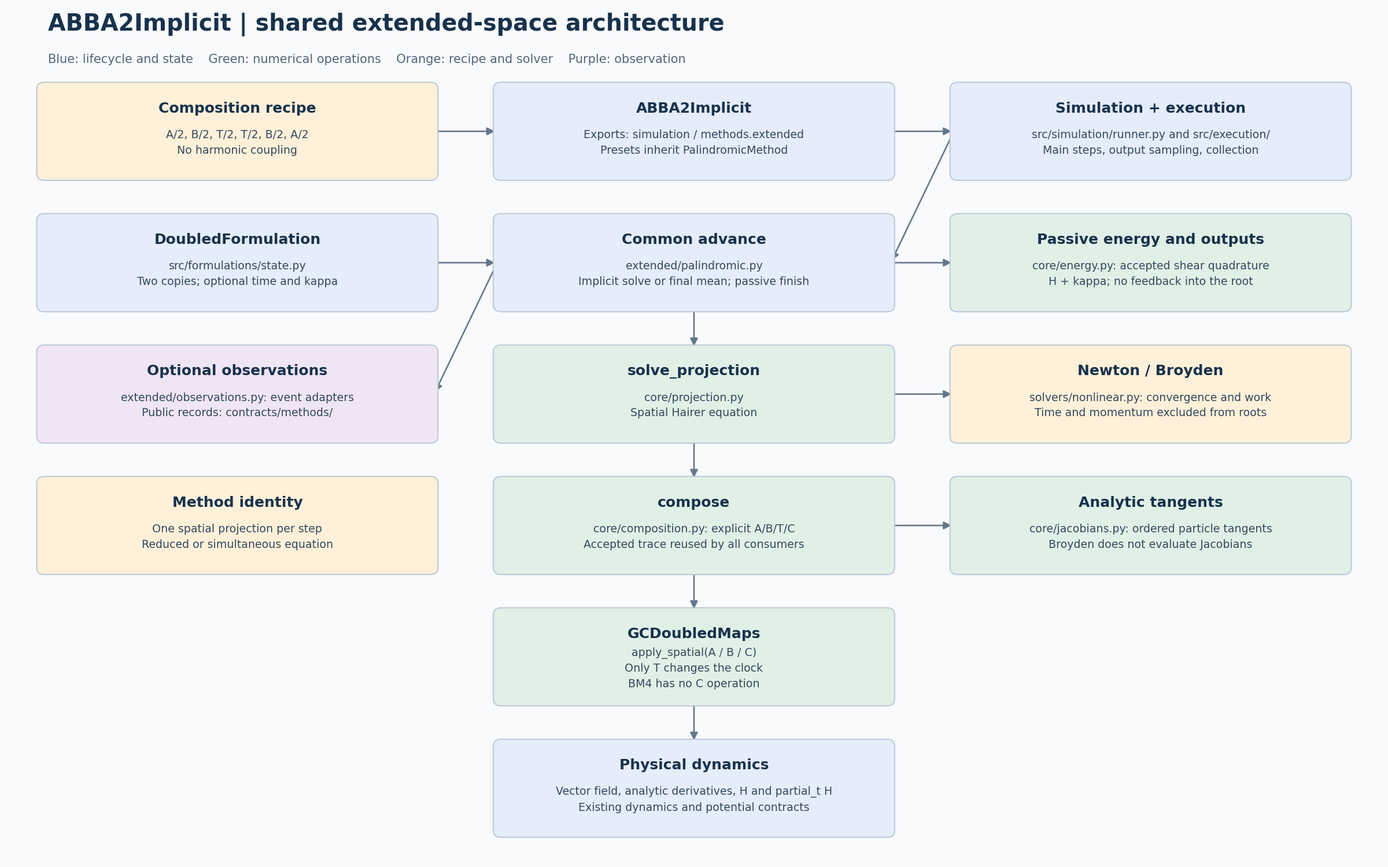
Before: docs/models/abba2-implicit/simulation/abba2-implicit-simulation-architecture.png, a diagram exported from PlantUML (Jugibe-52/GC2D_intranet). Its source is kept beside it as docs/models/abba2-implicit/simulation/abba2-implicit-simulation-architecture.puml.
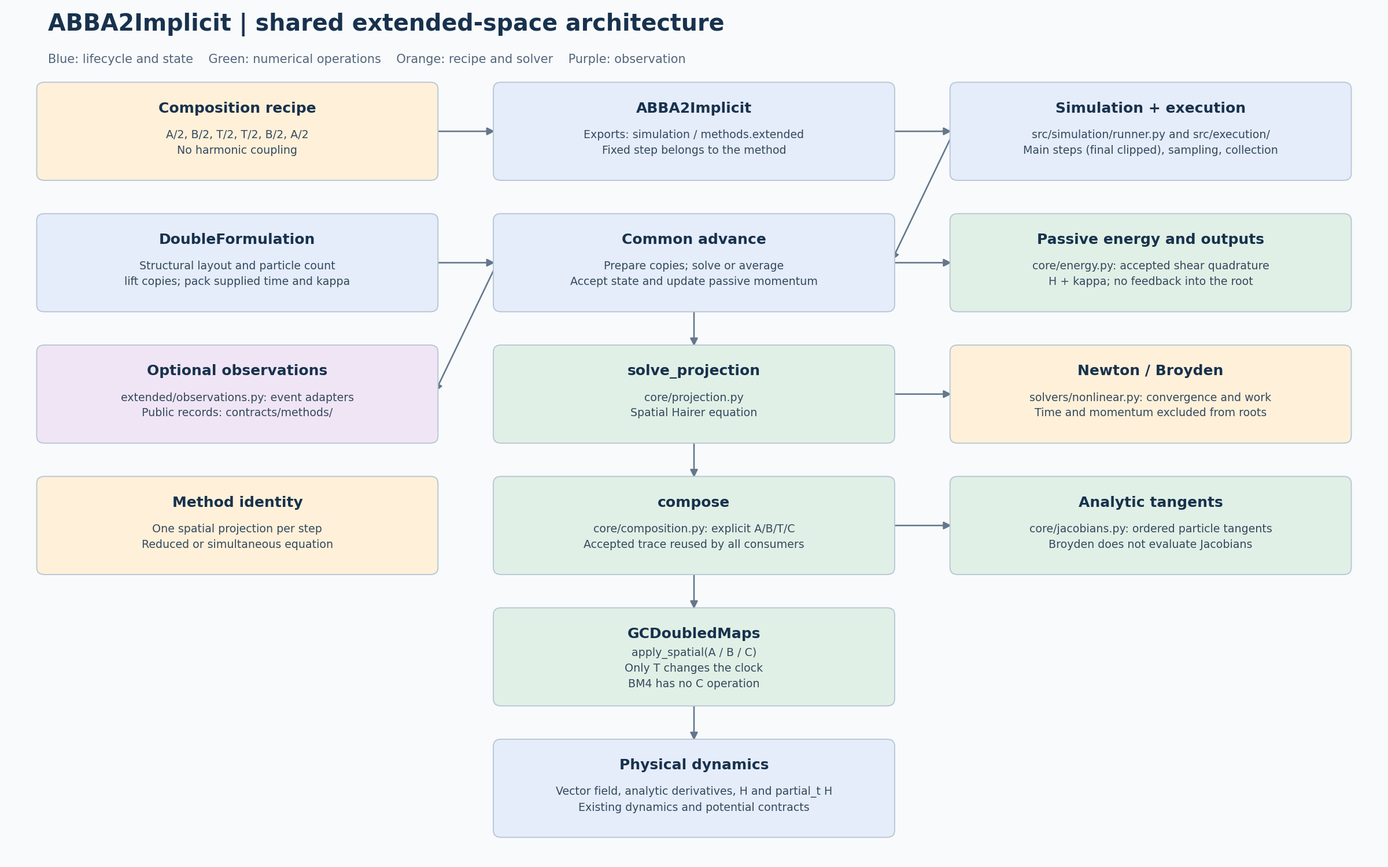
After the commit.

Change to the diagram source:
```diff
@@ -3,10 +3,10 @@
   graph [rankdir=TB, bgcolor="#f8fafc"];
   node [shape=box, style="rounded,filled", fontname="DejaVu Sans"];
   recipe [label="Composition recipe\nA/2, B/2, T/2, T/2, B/2, A/2\nNo harmonic coupling", fillcolor="#fff0d9"];
-  method [label="ABBA2Implicit\nExports: simulation / methods.extended\nPresets inherit PalindromicMethod", fillcolor="#e5ecfa"];
-  driver [label="Simulation + execution\nsrc/simulation/runner.py and src/execution/\nMain steps, output sampling, collection", fillcolor="#e5ecfa"];
-  state [label="DoubledFormulation\nsrc/formulations/state.py\nTwo copies; optional time and kappa", fillcolor="#e5ecfa"];
-  advance [label="Common advance\nextended/palindromic.py\nImplicit solve or final mean; passive finish", fillcolor="#e5ecfa"];
+  method [label="ABBA2Implicit\nExports: simulation / methods.extended\nFixed step belongs to the method", fillcolor="#e5ecfa"];
+  driver [label="Simulation + execution\nsrc/simulation/runner.py and src/execution/\nMain steps (final clipped), sampling, collection", fillcolor="#e5ecfa"];
+  state [label="DoubleFormulation\nStructural layout and particle count\nlift copies; pack supplied time and kappa", fillcolor="#e5ecfa"];
+  advance [label="Common advance\nPrepare copies; solve or average\nAccept state and update passive momentum", fillcolor="#e5ecfa"];
   energy [label="Passive energy and outputs\ncore/energy.py: accepted shear quadrature\nH + kappa; no feedback into the root", fillcolor="#e1f0e6"];
   observe [label="Optional observations\nextended/observations.py: event adapters\nPublic records: contracts/methods/", fillcolor="#f0e5f5"];
   projection [label="solve_projection\ncore/projection.py\nSpatial Hairer equation", fillcolor="#e1f0e6"];
```
